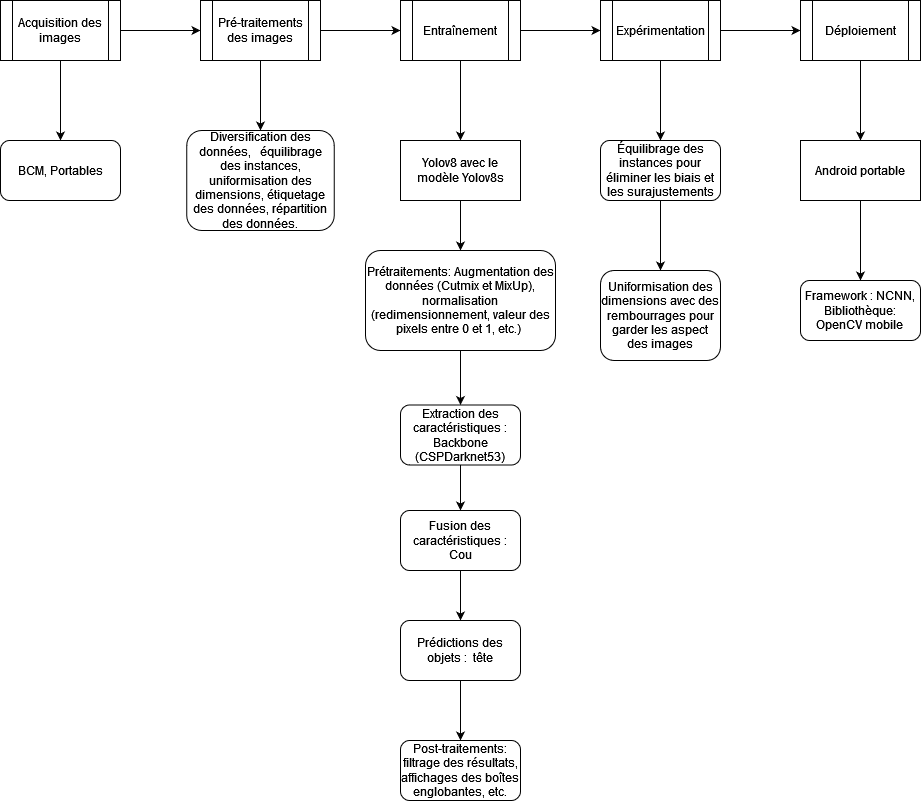
This is Ariary_recognition.drawio.png from bihoux/Repertoire_vaovao, a draw.io export, as it was before one commit. Source tidied: cells renumbered, new cells last; positions are measured from the earlier drawing's top-left corner, leaving out a move shared by most shapes.
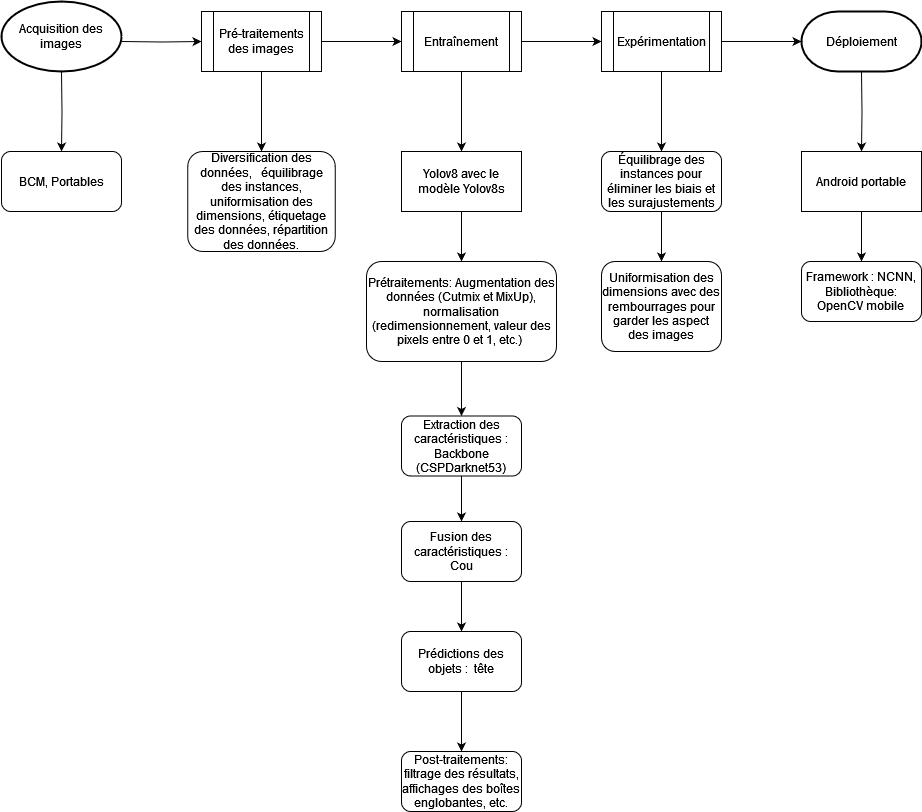
Later version of the same file.

Commit message:
Mettre à jour Ariary_recognition.drawio.png

Diff of the diagram source:
```diff
@@ -2,15 +2,16 @@
   <root>
     <mxCell id="0" />
     <mxCell id="1" parent="0" />
-    <mxCell id="2" style="edgeStyle=orthogonalEdgeStyle;rounded=0;jettySize=auto;html=1;" parent="1" edge="1" source="4" target="7">
-      <mxGeometry relative="1" as="geometry" />
+    <mxCell id="2" style="edgeStyle=orthogonalEdgeStyle;rounded=0;jettySize=auto;html=1;" parent="1" edge="1" target="7">
+      <mxGeometry relative="1" as="geometry">
+        <mxPoint x="120" y="30" as="sourcePoint" />
+      </mxGeometry>
     </mxCell>
-    <mxCell id="3" style="edgeStyle=orthogonalEdgeStyle;rounded=0;jettySize=auto;html=1;" parent="1" edge="1" source="4" target="16">
-      <mxGeometry relative="1" as="geometry" />
+    <mxCell id="3" style="edgeStyle=orthogonalEdgeStyle;rounded=0;jettySize=auto;html=1;" parent="1" edge="1" target="16">
+      <mxGeometry relative="1" as="geometry">
+        <mxPoint x="60" y="60" as="sourcePoint" />
+      </mxGeometry>
     </mxCell>
-    <mxCell id="4" value="Acquisition des images" style="shape=process;whiteSpace=wrap;html=1;backgroundOutline=1;" parent="1" vertex="1">
-      <mxGeometry width="120" height="60" as="geometry" />
-    </mxCell>
     <mxCell id="5" style="edgeStyle=orthogonalEdgeStyle;rounded=0;jettySize=auto;html=1;" parent="1" edge="1" source="7" target="10">
       <mxGeometry relative="1" as="geometry" />
     </mxCell>
@@ -34,8 +35,10 @@
     <mxCell id="10" value="Entraînement" style="shape=process;whiteSpace=wrap;html=1;backgroundOutline=1;" parent="1" vertex="1">
       <mxGeometry x="400" width="120" height="60" as="geometry" />
     </mxCell>
-    <mxCell id="11" style="edgeStyle=orthogonalEdgeStyle;rounded=0;jettySize=auto;html=1;" parent="1" edge="1" source="13" target="15">
-      <mxGeometry relative="1" as="geometry" />
+    <mxCell id="11" style="edgeStyle=orthogonalEdgeStyle;rounded=0;jettySize=auto;html=1;" parent="1" edge="1" source="13">
+      <mxGeometry relative="1" as="geometry">
+        <mxPoint x="800" y="30" as="targetPoint" />
+      </mxGeometry>
     </mxCell>
     <mxCell id="12" style="edgeStyle=orthogonalEdgeStyle;rounded=0;jettySize=auto;html=1;" parent="1" edge="1" source="13" target="30">
       <mxGeometry relative="1" as="geometry" />
@@ -43,17 +46,16 @@
     <mxCell id="13" value="Expérimentation" style="shape=process;whiteSpace=wrap;html=1;backgroundOutline=1;" parent="1" vertex="1">
       <mxGeometry x="600" width="120" height="60" as="geometry" />
     </mxCell>
-    <mxCell id="14" style="edgeStyle=orthogonalEdgeStyle;rounded=0;jettySize=auto;html=1;" parent="1" edge="1" source="15" target="33">
-      <mxGeometry relative="1" as="geometry" />
+    <mxCell id="14" style="edgeStyle=orthogonalEdgeStyle;rounded=0;jettySize=auto;html=1;" parent="1" edge="1" target="33">
+      <mxGeometry relative="1" as="geometry">
+        <mxPoint x="860" y="60" as="sourcePoint" />
+      </mxGeometry>
     </mxCell>
-    <mxCell id="15" value="Déploiement" style="shape=process;whiteSpace=wrap;html=1;backgroundOutline=1;" parent="1" vertex="1">
-      <mxGeometry x="800" width="120" height="60" as="geometry" />
-    </mxCell>
     <mxCell id="16" value="BCM, Portables" style="rounded=1;whiteSpace=wrap;html=1;" parent="1" vertex="1">
       <mxGeometry y="140" width="120" height="60" as="geometry" />
     </mxCell>
     <mxCell id="17" value="Diversification des données,&amp;nbsp;&amp;nbsp; équilibrage des instances, uniformisation des dimensions, étiquetage des données, répartition des données." style="rounded=1;whiteSpace=wrap;html=1;" parent="1" vertex="1">
-      <mxGeometry x="186.2" y="130" width="147.5" height="100" as="geometry" />
+      <mxGeometry x="186.2" y="140" width="147.5" height="100" as="geometry" />
     </mxCell>
     <mxCell id="18" style="edgeStyle=orthogonalEdgeStyle;rounded=0;jettySize=auto;html=1;" parent="1" edge="1" source="19" target="21">
       <mxGeometry relative="1" as="geometry" />
@@ -95,7 +97,7 @@
       <mxGeometry x="600" y="140" width="120" height="60" as="geometry" />
     </mxCell>
     <mxCell id="31" value="Uniformisation des dimensions avec des rembourrages pour garder les aspect des images" style="whiteSpace=wrap;html=1;rounded=1;" parent="1" vertex="1">
-      <mxGeometry x="600" y="270" width="120" height="90" as="geometry" />
+      <mxGeometry x="600" y="250" width="120" height="90" as="geometry" />
     </mxCell>
     <mxCell id="32" style="edgeStyle=orthogonalEdgeStyle;rounded=0;jettySize=auto;html=1;" parent="1" edge="1" source="33" target="34">
       <mxGeometry relative="1" as="geometry" />
@@ -104,7 +106,13 @@
       <mxGeometry x="800" y="140" width="120" height="60" as="geometry" />
     </mxCell>
     <mxCell id="34" value="&lt;div&gt;Framework : NCNN,&lt;/div&gt;&lt;div&gt;Bibliothèque: OpenCV mobile&lt;br&gt;&lt;/div&gt;" style="rounded=1;whiteSpace=wrap;html=1;" parent="1" vertex="1">
-      <mxGeometry x="800" y="280" width="120" height="60" as="geometry" />
+      <mxGeometry x="800" y="250" width="120" height="60" as="geometry" />
     </mxCell>
+    <mxCell id="4" value="Acquisition des images" style="strokeWidth=2;html=1;shape=mxgraph.flowchart.start_1;whiteSpace=wrap;" parent="1" vertex="1">
+      <mxGeometry y="-10" width="120" height="70" as="geometry" />
+    </mxCell>
+    <mxCell id="15" value="Déploiement" style="strokeWidth=2;html=1;shape=mxgraph.flowchart.terminator;whiteSpace=wrap;" parent="1" vertex="1">
+      <mxGeometry x="800" width="120" height="60" as="geometry" />
+    </mxCell>
   </root>
 </mxGraphModel>
```
